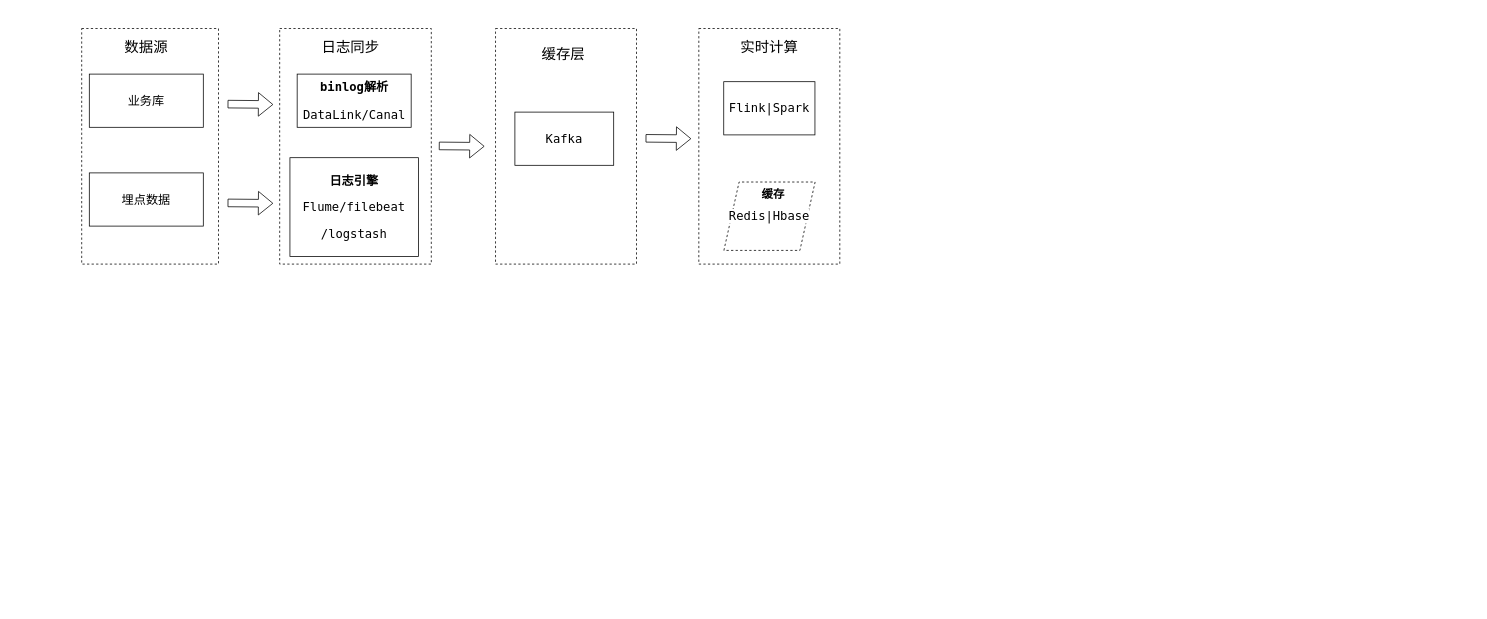
yanshenliang/yanshenliang.github.io keeps this draw.io diagram as Untitled Diagram.drawio. Above is the earlier version. Source tidied: cells renumbered, new cells numbered last; positions are measured from the earlier drawing's top-left corner, leaving out a move shared by most shapes. Both pictures are drawn from the tidied source at 76%, with x=0, y=0 at pixel (81, 28).
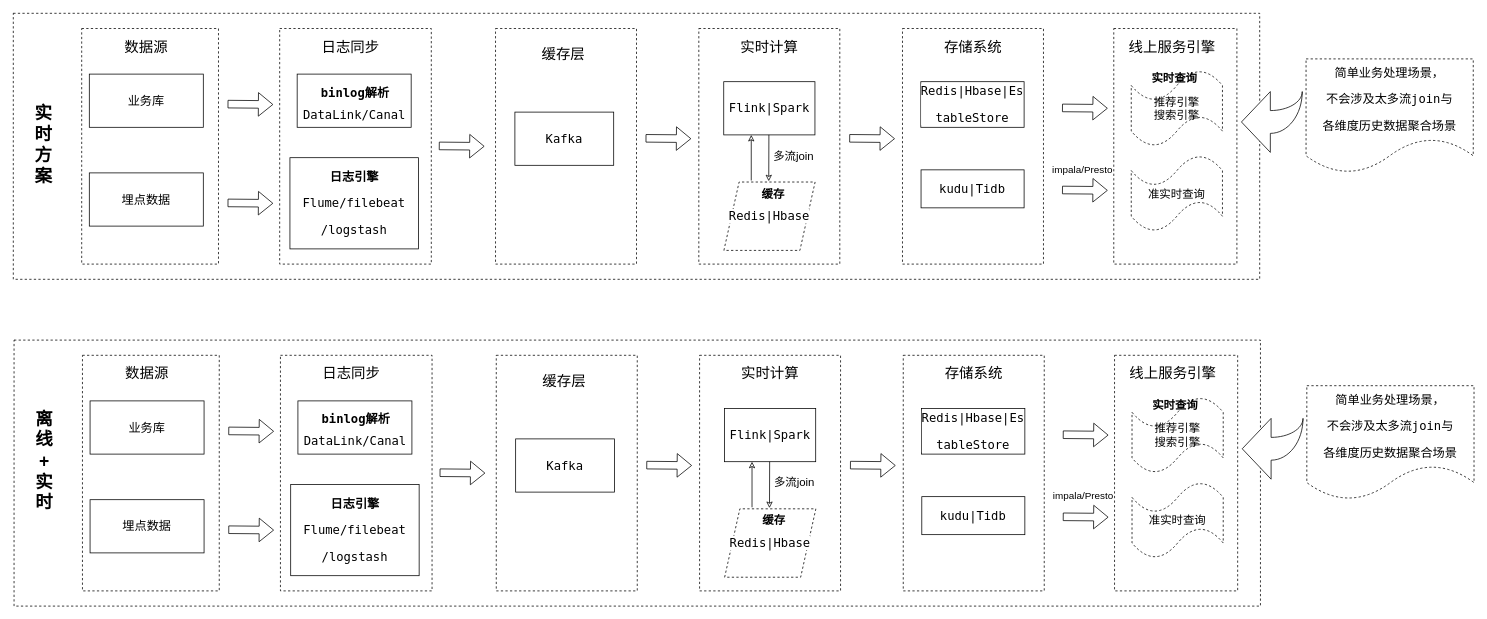
After the change.

Unchanged cells that the change refers to:
```xml
<mxCell id="21" value="&lt;font size=&quot;1&quot;&gt;&lt;b style=&quot;font-size: 15px&quot;&gt;缓存&lt;/b&gt;&lt;/font&gt;" style="text;html=1;strokeColor=none;fillColor=none;align=center;verticalAlign=middle;whiteSpace=wrap;rounded=0;dashed=1;fontSize=19;" parent="1" vertex="1">
  <mxGeometry x="880" y="202" width="60" height="30" as="geometry" />
</mxCell>
```

What changed in the source:
```diff
@@
+    <mxCell id="22" style="rounded=0;whiteSpace=wrap;html=1;shadow=0;dashed=1;sketch=0;fontSize=13;" parent="1" vertex="1">
+      <mxGeometry x="-90" y="-20" width="1640" height="350" as="geometry" />
+    </mxCell>
+    <mxCell id="23" style="rounded=0;whiteSpace=wrap;html=1;dashed=1;" parent="1" vertex="1">
+      <mxGeometry x="1358" width="162" height="310" as="geometry" />
+    </mxCell>
@@
-    <mxCell id="6" value="&lt;pre style=&quot;background-color: rgb(255 , 255 , 255) ; font-family: &amp;#34;menlo&amp;#34; ; font-size: 12pt&quot;&gt;&lt;b&gt;binlog解析&lt;/b&gt;&lt;/pre&gt;&lt;pre style=&quot;background-color: rgb(255 , 255 , 255) ; font-family: &amp;#34;menlo&amp;#34; ; font-size: 12pt&quot;&gt;DataLink/Canal&lt;/pre&gt;" style="rounded=0;whiteSpace=wrap;html=1;" parent="1" vertex="1">
+    <mxCell id="6" value="&lt;pre style=&quot;background-color: rgb(255 , 255 , 255) ; font-family: &amp;#34;menlo&amp;#34; ; font-size: 12pt&quot;&gt;&lt;br&gt;&lt;/pre&gt;&lt;pre style=&quot;background-color: rgb(255 , 255 , 255) ; font-family: &amp;#34;menlo&amp;#34; ; font-size: 12pt&quot;&gt;DataLink/Canal&lt;/pre&gt;" style="rounded=0;whiteSpace=wrap;html=1;" parent="1" vertex="1">
       <mxGeometry x="283.5" y="60" width="150" height="70" as="geometry" />
     </mxCell>
@@
-    <mxCell id="12" value="&lt;pre style=&quot;background-color: rgb(255 , 255 , 255) ; font-family: &amp;#34;menlo&amp;#34; ; font-size: 12pt&quot;&gt;&lt;b&gt;日志引擎&lt;/b&gt;&lt;/pre&gt;&lt;pre style=&quot;background-color: rgb(255 , 255 , 255) ; font-family: &amp;#34;menlo&amp;#34; ; font-size: 12pt&quot;&gt;Flume/filebeat&lt;/pre&gt;&lt;pre style=&quot;background-color: rgb(255 , 255 , 255) ; font-family: &amp;#34;menlo&amp;#34; ; font-size: 12pt&quot;&gt;/logstash&lt;/pre&gt;" style="rounded=0;whiteSpace=wrap;html=1;" parent="1" vertex="1">
-      <mxGeometry x="274" y="170" width="169" height="130" as="geometry" />
+    <mxCell id="12" value="&lt;pre style=&quot;background-color: rgb(255 , 255 , 255) ; font-family: &amp;#34;menlo&amp;#34; ; font-size: 12pt&quot;&gt;&lt;br&gt;&lt;/pre&gt;&lt;pre style=&quot;background-color: rgb(255 , 255 , 255) ; font-family: &amp;#34;menlo&amp;#34; ; font-size: 12pt&quot;&gt;Flume/filebeat&lt;/pre&gt;&lt;pre style=&quot;background-color: rgb(255 , 255 , 255) ; font-family: &amp;#34;menlo&amp;#34; ; font-size: 12pt&quot;&gt;/logstash&lt;/pre&gt;" style="rounded=0;whiteSpace=wrap;html=1;" parent="1" vertex="1">
+      <mxGeometry x="274" y="170" width="169" height="120" as="geometry" />
     </mxCell>
@@
+    <mxCell id="24" value="&lt;pre style=&quot;background-color: rgb(255 , 255 , 255) ; font-family: &amp;#34;menlo&amp;#34; ; font-size: 12pt&quot;&gt;&lt;b&gt;binlog解析&lt;/b&gt;&lt;/pre&gt;" style="text;html=1;strokeColor=none;fillColor=none;align=center;verticalAlign=middle;whiteSpace=wrap;rounded=0;dashed=1;fontSize=19;" parent="1" vertex="1">
+      <mxGeometry x="315.2" y="69" width="90" height="30" as="geometry" />
+    </mxCell>
+    <mxCell id="25" value="&lt;pre style=&quot;background-color: rgb(255 , 255 , 255) ; font-family: &amp;#34;menlo&amp;#34; ; font-size: 12pt&quot;&gt;&lt;pre style=&quot;font-family: &amp;#34;menlo&amp;#34; ; font-size: 12pt&quot;&gt;&lt;b&gt;日志引擎&lt;/b&gt;&lt;/pre&gt;&lt;/pre&gt;" style="text;html=1;strokeColor=none;fillColor=none;align=center;verticalAlign=middle;whiteSpace=wrap;rounded=0;dashed=1;fontSize=19;" parent="1" vertex="1">
+      <mxGeometry x="313.5" y="180" width="90" height="30" as="geometry" />
+    </mxCell>
+    <mxCell id="26" style="endArrow=classic;html=1;rounded=0;fontSize=15;endFill=0;" parent="1" edge="1">
+      <mxGeometry relative="1" as="geometry">
+        <mxPoint x="881" y="200" as="sourcePoint" />
+        <mxPoint x="881" y="140" as="targetPoint" />
+      </mxGeometry>
+    </mxCell>
+    <mxCell id="27" style="endArrow=classic;html=1;rounded=0;fontSize=15;endFill=0;entryX=0.4;entryY=-0.033;entryDx=0;entryDy=0;entryPerimeter=0;" parent="1" edge="1" target="21">
+      <mxGeometry relative="1" as="geometry">
+        <mxPoint x="904.2" y="140" as="sourcePoint" />
+      </mxGeometry>
+    </mxCell>
+    <mxCell id="28" value="&lt;font size=&quot;1&quot;&gt;&lt;span style=&quot;font-size: 15px&quot;&gt;多流join&lt;/span&gt;&lt;/font&gt;" style="text;html=1;strokeColor=none;fillColor=none;align=center;verticalAlign=middle;whiteSpace=wrap;rounded=0;dashed=1;fontSize=19;" parent="1" vertex="1">
+      <mxGeometry x="907" y="152" width="60" height="30" as="geometry" />
+    </mxCell>
+    <mxCell id="29" style="rounded=0;whiteSpace=wrap;html=1;dashed=1;" parent="1" vertex="1">
+      <mxGeometry x="1080" width="185.5" height="310" as="geometry" />
+    </mxCell>
+    <mxCell id="30" value="&lt;pre style=&quot;background-color: rgb(255 , 255 , 255) ; font-family: &amp;#34;menlo&amp;#34; ; font-size: 12pt&quot;&gt;&lt;pre style=&quot;font-family: &amp;#34;menlo&amp;#34; ; font-size: 12pt&quot;&gt;Redis|Hbase|Es&lt;/pre&gt;&lt;pre style=&quot;font-family: &amp;#34;menlo&amp;#34; ; font-size: 12pt&quot;&gt;tableStore&lt;/pre&gt;&lt;/pre&gt;" style="rounded=0;whiteSpace=wrap;html=1;" parent="1" vertex="1">
+      <mxGeometry x="1104.1" y="70" width="135.9" height="60" as="geometry" />
+    </mxCell>
+    <mxCell id="31" style="shape=flexArrow;endArrow=classic;html=1;rounded=0;" parent="1" edge="1">
+      <mxGeometry relative="1" as="geometry">
+        <mxPoint x="1010" y="144.5" as="sourcePoint" />
+        <mxPoint x="1070" y="145" as="targetPoint" />
+      </mxGeometry>
+    </mxCell>
+    <mxCell id="32" value="&lt;span style=&quot;font-size: 19px&quot;&gt;存储系统&lt;/span&gt;" style="text;html=1;strokeColor=none;fillColor=none;align=center;verticalAlign=middle;whiteSpace=wrap;rounded=0;dashed=1;" parent="1" vertex="1">
+      <mxGeometry x="1093" y="10" width="160" height="30" as="geometry" />
+    </mxCell>
+    <mxCell id="33" value="&lt;pre style=&quot;background-color: rgb(255 , 255 , 255) ; font-family: &amp;#34;menlo&amp;#34; ; font-size: 12pt&quot;&gt;&lt;pre style=&quot;font-family: &amp;#34;menlo&amp;#34; ; font-size: 12pt&quot;&gt;kudu|Tidb&lt;/pre&gt;&lt;/pre&gt;" style="rounded=0;whiteSpace=wrap;html=1;" parent="1" vertex="1">
+      <mxGeometry x="1104.4" y="186" width="135.6" height="50" as="geometry" />
+    </mxCell>
+    <mxCell id="34" style="shape=flexArrow;endArrow=classic;html=1;rounded=0;" parent="1" edge="1">
+      <mxGeometry relative="1" as="geometry">
+        <mxPoint x="1290" y="104.5" as="sourcePoint" />
+        <mxPoint x="1350" y="105" as="targetPoint" />
+      </mxGeometry>
+    </mxCell>
+    <mxCell id="35" value="推荐引擎&lt;br&gt;搜索引擎" style="shape=tape;whiteSpace=wrap;html=1;rounded=1;dashed=1;fontSize=15;" parent="1" vertex="1">
+      <mxGeometry x="1381" y="55" width="120" height="100" as="geometry" />
+    </mxCell>
+    <mxCell id="36" style="shape=flexArrow;endArrow=classic;html=1;rounded=0;" parent="1" edge="1">
+      <mxGeometry relative="1" as="geometry">
+        <mxPoint x="1290" y="212.5" as="sourcePoint" />
+        <mxPoint x="1350" y="213" as="targetPoint" />
+      </mxGeometry>
+    </mxCell>
+    <mxCell id="37" value="准实时查询" style="shape=tape;whiteSpace=wrap;html=1;rounded=1;dashed=1;fontSize=15;" parent="1" vertex="1">
+      <mxGeometry x="1381" y="167" width="120" height="100" as="geometry" />
+    </mxCell>
+    <mxCell id="38" value="&lt;font size=&quot;1&quot;&gt;&lt;b style=&quot;font-size: 15px&quot;&gt;实时查询&lt;/b&gt;&lt;/font&gt;" style="text;html=1;strokeColor=none;fillColor=none;align=center;verticalAlign=middle;whiteSpace=wrap;rounded=0;dashed=1;fontSize=19;" parent="1" vertex="1">
+      <mxGeometry x="1403" y="50" width="70" height="30" as="geometry" />
+    </mxCell>
+    <mxCell id="39" value="&lt;font size=&quot;1&quot;&gt;&lt;span style=&quot;font-size: 13px&quot;&gt;impala/Presto&lt;/span&gt;&lt;/font&gt;" style="text;html=1;strokeColor=none;fillColor=none;align=center;verticalAlign=middle;whiteSpace=wrap;rounded=0;dashed=1;fontSize=19;" parent="1" vertex="1">
+      <mxGeometry x="1282" y="169" width="70" height="30" as="geometry" />
+    </mxCell>
+    <mxCell id="40" value="&lt;span style=&quot;font-size: 19px&quot;&gt;线上服务引擎&lt;/span&gt;" style="text;html=1;strokeColor=none;fillColor=none;align=center;verticalAlign=middle;whiteSpace=wrap;rounded=0;dashed=1;" parent="1" vertex="1">
+      <mxGeometry x="1355" y="10" width="160" height="30" as="geometry" />
+    </mxCell>
+    <mxCell id="41" value="&lt;pre style=&quot;background-color: rgb(255 , 255 , 255) ; font-family: &amp;#34;menlo&amp;#34; ; font-size: 12pt&quot;&gt;简单业务处理场景，&lt;/pre&gt;&lt;pre style=&quot;background-color: rgb(255 , 255 , 255) ; font-family: &amp;#34;menlo&amp;#34; ; font-size: 12pt&quot;&gt;不会涉及太多流join与&lt;/pre&gt;&lt;pre style=&quot;background-color: rgb(255 , 255 , 255) ; font-family: &amp;#34;menlo&amp;#34; ; font-size: 12pt&quot;&gt;各维度历史数据聚合场景&lt;/pre&gt;" style="shape=document;whiteSpace=wrap;html=1;boundedLbl=1;rounded=1;dashed=1;fontSize=13;" parent="1" vertex="1">
+      <mxGeometry x="1611" y="40" width="220" height="150" as="geometry" />
+    </mxCell>
+    <mxCell id="42" style="html=1;shadow=0;dashed=0;align=center;verticalAlign=middle;shape=mxgraph.arrows2.jumpInArrow;dy=15;dx=38;arrowHead=80;rounded=1;fontSize=13;rotation=-180;sketch=0;" parent="1" vertex="1">
+      <mxGeometry x="1526" y="83" width="80" height="80" as="geometry" />
+    </mxCell>
+    <mxCell id="43" value="&lt;font style=&quot;font-size: 23px&quot;&gt;&lt;b&gt;实&lt;br&gt;时&lt;br&gt;方&lt;br&gt;案&lt;/b&gt;&lt;/font&gt;" style="text;html=1;strokeColor=none;fillColor=none;align=center;verticalAlign=middle;whiteSpace=wrap;rounded=0;shadow=0;dashed=1;sketch=0;fontSize=13;" parent="1" vertex="1">
+      <mxGeometry x="-70" y="63" width="40" height="180" as="geometry" />
+    </mxCell>
+    <mxCell id="44" style="rounded=0;whiteSpace=wrap;html=1;shadow=0;dashed=1;sketch=0;fontSize=13;" parent="1" vertex="1">
+      <mxGeometry x="-89" y="410" width="1640" height="350" as="geometry" />
+    </mxCell>
+    <mxCell id="45" style="rounded=0;whiteSpace=wrap;html=1;dashed=1;" parent="1" vertex="1">
+      <mxGeometry x="1359" y="430" width="162" height="310" as="geometry" />
+    </mxCell>
+    <mxCell id="46" style="rounded=0;whiteSpace=wrap;html=1;dashed=1;" parent="1" vertex="1">
+      <mxGeometry x="813" y="430" width="185.5" height="310" as="geometry" />
+    </mxCell>
+    <mxCell id="47" style="rounded=0;whiteSpace=wrap;html=1;dashed=1;" parent="1" vertex="1">
+      <mxGeometry x="545.5" y="430" width="185.5" height="310" as="geometry" />
+    </mxCell>
+    <mxCell id="48" style="rounded=0;whiteSpace=wrap;html=1;dashed=1;" parent="1" vertex="1">
+      <mxGeometry x="261.5" y="430" width="199.5" height="310" as="geometry" />
+    </mxCell>
+    <mxCell id="49" style="rounded=0;whiteSpace=wrap;html=1;dashed=1;" parent="1" vertex="1">
+      <mxGeometry x="1" y="430" width="180" height="310" as="geometry" />
+    </mxCell>
+    <mxCell id="50" value="&lt;pre style=&quot;background-color: rgb(255 , 255 , 255) ; font-family: &amp;#34;menlo&amp;#34; ; font-size: 12pt&quot;&gt;&lt;br&gt;&lt;/pre&gt;&lt;pre style=&quot;background-color: rgb(255 , 255 , 255) ; font-family: &amp;#34;menlo&amp;#34; ; font-size: 12pt&quot;&gt;DataLink/Canal&lt;/pre&gt;" style="rounded=0;whiteSpace=wrap;html=1;" parent="1" vertex="1">
+      <mxGeometry x="284.5" y="490" width="150" height="70" as="geometry" />
+    </mxCell>
+    <mxCell id="51" value="&lt;pre style=&quot;background-color: rgb(255 , 255 , 255) ; font-family: &amp;#34;menlo&amp;#34; ; font-size: 12pt&quot;&gt;Kafka&lt;/pre&gt;" style="rounded=0;whiteSpace=wrap;html=1;" parent="1" vertex="1">
+      <mxGeometry x="571" y="540" width="130" height="70" as="geometry" />
+    </mxCell>
+    <mxCell id="52" value="&lt;pre style=&quot;background-color: rgb(255 , 255 , 255) ; font-family: &amp;#34;menlo&amp;#34; ; font-size: 12pt&quot;&gt;Flink|Spark&lt;/pre&gt;" style="rounded=0;whiteSpace=wrap;html=1;" parent="1" vertex="1">
+      <mxGeometry x="845.8" y="500" width="120" height="70" as="geometry" />
+    </mxCell>
+    <mxCell id="53" style="shape=flexArrow;endArrow=classic;html=1;rounded=0;" parent="1" edge="1">
+      <mxGeometry relative="1" as="geometry">
+        <mxPoint x="193" y="529.5" as="sourcePoint" />
+        <mxPoint x="253" y="530" as="targetPoint" />
+      </mxGeometry>
+    </mxCell>
+    <mxCell id="54" value="&lt;pre style=&quot;background-color: rgb(255 , 255 , 255) ; font-family: &amp;#34;menlo&amp;#34; ; font-size: 12pt&quot;&gt;业务库&lt;/pre&gt;" style="rounded=0;whiteSpace=wrap;html=1;" parent="1" vertex="1">
+      <mxGeometry x="11" y="490" width="150" height="70" as="geometry" />
+    </mxCell>
+    <mxCell id="55" value="&lt;pre style=&quot;background-color: rgb(255 , 255 , 255) ; font-family: &amp;#34;menlo&amp;#34; ; font-size: 12pt&quot;&gt;埋点数据&lt;/pre&gt;" style="rounded=0;whiteSpace=wrap;html=1;" parent="1" vertex="1">
+      <mxGeometry x="11" y="620" width="150" height="70" as="geometry" />
+    </mxCell>
+    <mxCell id="56" value="&lt;pre style=&quot;background-color: rgb(255 , 255 , 255) ; font-family: &amp;#34;menlo&amp;#34; ; font-size: 12pt&quot;&gt;&lt;br&gt;&lt;/pre&gt;&lt;pre style=&quot;background-color: rgb(255 , 255 , 255) ; font-family: &amp;#34;menlo&amp;#34; ; font-size: 12pt&quot;&gt;Flume/filebeat&lt;/pre&gt;&lt;pre style=&quot;background-color: rgb(255 , 255 , 255) ; font-family: &amp;#34;menlo&amp;#34; ; font-size: 12pt&quot;&gt;/logstash&lt;/pre&gt;" style="rounded=0;whiteSpace=wrap;html=1;" parent="1" vertex="1">
+      <mxGeometry x="275" y="600" width="169" height="120" as="geometry" />
+    </mxCell>
+    <mxCell id="57" style="shape=flexArrow;endArrow=classic;html=1;rounded=0;" parent="1" edge="1">
+      <mxGeometry relative="1" as="geometry">
+        <mxPoint x="193" y="659.5" as="sourcePoint" />
+        <mxPoint x="253" y="660" as="targetPoint" />
+      </mxGeometry>
+    </mxCell>
+    <mxCell id="58" value="&lt;font style=&quot;font-size: 19px&quot;&gt;数据源&lt;/font&gt;" style="text;html=1;strokeColor=none;fillColor=none;align=center;verticalAlign=middle;whiteSpace=wrap;rounded=0;dashed=1;" parent="1" vertex="1">
+      <mxGeometry x="6" y="440" width="160" height="30" as="geometry" />
+    </mxCell>
+    <mxCell id="59" value="&lt;span style=&quot;font-size: 19px&quot;&gt;日志同步&lt;/span&gt;" style="text;html=1;strokeColor=none;fillColor=none;align=center;verticalAlign=middle;whiteSpace=wrap;rounded=0;dashed=1;" parent="1" vertex="1">
+      <mxGeometry x="274.5" y="440" width="160" height="30" as="geometry" />
+    </mxCell>
+    <mxCell id="60" style="shape=flexArrow;endArrow=classic;html=1;rounded=0;" parent="1" edge="1">
+      <mxGeometry relative="1" as="geometry">
+        <mxPoint x="471" y="584.5" as="sourcePoint" />
+        <mxPoint x="531" y="585" as="targetPoint" />
+      </mxGeometry>
+    </mxCell>
+    <mxCell id="61" value="&lt;span style=&quot;font-size: 19px&quot;&gt;缓存层&lt;/span&gt;" style="text;html=1;strokeColor=none;fillColor=none;align=center;verticalAlign=middle;whiteSpace=wrap;rounded=0;dashed=1;" parent="1" vertex="1">
+      <mxGeometry x="555" y="450" width="160" height="30" as="geometry" />
+    </mxCell>
+    <mxCell id="62" style="shape=flexArrow;endArrow=classic;html=1;rounded=0;" parent="1" edge="1">
+      <mxGeometry relative="1" as="geometry">
+        <mxPoint x="743" y="574.5" as="sourcePoint" />
+        <mxPoint x="803" y="575" as="targetPoint" />
+      </mxGeometry>
+    </mxCell>
+    <mxCell id="63" value="&lt;pre style=&quot;background-color: rgb(255 , 255 , 255) ; font-family: &amp;#34;menlo&amp;#34; ; font-size: 12pt&quot;&gt;Redis|Hbase&lt;/pre&gt;" style="shape=parallelogram;perimeter=parallelogramPerimeter;whiteSpace=wrap;html=1;fixedSize=1;dashed=1;fontSize=19;" parent="1" vertex="1">
+      <mxGeometry x="846" y="632" width="120" height="90" as="geometry" />
+    </mxCell>
+    <mxCell id="64" value="&lt;span style=&quot;font-size: 19px&quot;&gt;实时计算&lt;/span&gt;" style="text;html=1;strokeColor=none;fillColor=none;align=center;verticalAlign=middle;whiteSpace=wrap;rounded=0;dashed=1;" parent="1" vertex="1">
+      <mxGeometry x="826" y="440" width="160" height="30" as="geometry" />
+    </mxCell>
+    <mxCell id="65" value="&lt;font size=&quot;1&quot;&gt;&lt;b style=&quot;font-size: 15px&quot;&gt;缓存&lt;/b&gt;&lt;/font&gt;" style="text;html=1;strokeColor=none;fillColor=none;align=center;verticalAlign=middle;whiteSpace=wrap;rounded=0;dashed=1;fontSize=19;" parent="1" vertex="1">
+      <mxGeometry x="881" y="632" width="60" height="30" as="geometry" />
+    </mxCell>
+    <mxCell id="66" value="&lt;pre style=&quot;background-color: rgb(255 , 255 , 255) ; font-family: &amp;#34;menlo&amp;#34; ; font-size: 12pt&quot;&gt;&lt;b&gt;binlog解析&lt;/b&gt;&lt;/pre&gt;" style="text;html=1;strokeColor=none;fillColor=none;align=center;verticalAlign=middle;whiteSpace=wrap;rounded=0;dashed=1;fontSize=19;" parent="1" vertex="1">
+      <mxGeometry x="316.2" y="499" width="90" height="30" as="geometry" />
+    </mxCell>
+    <mxCell id="67" value="&lt;pre style=&quot;background-color: rgb(255 , 255 , 255) ; font-family: &amp;#34;menlo&amp;#34; ; font-size: 12pt&quot;&gt;&lt;pre style=&quot;font-family: &amp;#34;menlo&amp;#34; ; font-size: 12pt&quot;&gt;&lt;b&gt;日志引擎&lt;/b&gt;&lt;/pre&gt;&lt;/pre&gt;" style="text;html=1;strokeColor=none;fillColor=none;align=center;verticalAlign=middle;whiteSpace=wrap;rounded=0;dashed=1;fontSize=19;" parent="1" vertex="1">
+      <mxGeometry x="314.5" y="610" width="90" height="30" as="geometry" />
+    </mxCell>
+    <mxCell id="68" style="endArrow=classic;html=1;rounded=0;fontSize=15;endFill=0;" parent="1" edge="1">
+      <mxGeometry relative="1" as="geometry">
+        <mxPoint x="882" y="630" as="sourcePoint" />
+        <mxPoint x="882" y="570" as="targetPoint" />
+      </mxGeometry>
+    </mxCell>
+    <mxCell id="69" style="endArrow=classic;html=1;rounded=0;fontSize=15;endFill=0;entryX=0.4;entryY=-0.033;entryDx=0;entryDy=0;entryPerimeter=0;" parent="1" edge="1" target="65">
+      <mxGeometry relative="1" as="geometry">
+        <mxPoint x="905.2" y="570" as="sourcePoint" />
+      </mxGeometry>
+    </mxCell>
+    <mxCell id="70" value="&lt;font size=&quot;1&quot;&gt;&lt;span style=&quot;font-size: 15px&quot;&gt;多流join&lt;/span&gt;&lt;/font&gt;" style="text;html=1;strokeColor=none;fillColor=none;align=center;verticalAlign=middle;whiteSpace=wrap;rounded=0;dashed=1;fontSize=19;" parent="1" vertex="1">
+      <mxGeometry x="908" y="582" width="60" height="30" as="geometry" />
+    </mxCell>
+    <mxCell id="71" style="rounded=0;whiteSpace=wrap;html=1;dashed=1;" parent="1" vertex="1">
+      <mxGeometry x="1081" y="430" width="185.5" height="310" as="geometry" />
+    </mxCell>
+    <mxCell id="72" value="&lt;pre style=&quot;background-color: rgb(255 , 255 , 255) ; font-family: &amp;#34;menlo&amp;#34; ; font-size: 12pt&quot;&gt;&lt;pre style=&quot;font-family: &amp;#34;menlo&amp;#34; ; font-size: 12pt&quot;&gt;Redis|Hbase|Es&lt;/pre&gt;&lt;pre style=&quot;font-family: &amp;#34;menlo&amp;#34; ; font-size: 12pt&quot;&gt;tableStore&lt;/pre&gt;&lt;/pre&gt;" style="rounded=0;whiteSpace=wrap;html=1;" parent="1" vertex="1">
+      <mxGeometry x="1105.1" y="500" width="135.9" height="60" as="geometry" />
+    </mxCell>
+    <mxCell id="73" style="shape=flexArrow;endArrow=classic;html=1;rounded=0;" parent="1" edge="1">
+      <mxGeometry relative="1" as="geometry">
+        <mxPoint x="1011" y="574.5" as="sourcePoint" />
+        <mxPoint x="1071" y="575" as="targetPoint" />
+      </mxGeometry>
+    </mxCell>
+    <mxCell id="74" value="&lt;span style=&quot;font-size: 19px&quot;&gt;存储系统&lt;/span&gt;" style="text;html=1;strokeColor=none;fillColor=none;align=center;verticalAlign=middle;whiteSpace=wrap;rounded=0;dashed=1;" parent="1" vertex="1">
+      <mxGeometry x="1094" y="440" width="160" height="30" as="geometry" />
+    </mxCell>
+    <mxCell id="75" value="&lt;pre style=&quot;background-color: rgb(255 , 255 , 255) ; font-family: &amp;#34;menlo&amp;#34; ; font-size: 12pt&quot;&gt;&lt;pre style=&quot;font-family: &amp;#34;menlo&amp;#34; ; font-size: 12pt&quot;&gt;kudu|Tidb&lt;/pre&gt;&lt;/pre&gt;" style="rounded=0;whiteSpace=wrap;html=1;" parent="1" vertex="1">
+      <mxGeometry x="1105.4" y="616" width="135.6" height="50" as="geometry" />
+    </mxCell>
+    <mxCell id="76" style="shape=flexArrow;endArrow=classic;html=1;rounded=0;" parent="1" edge="1">
+      <mxGeometry relative="1" as="geometry">
+        <mxPoint x="1291" y="534.5" as="sourcePoint" />
+        <mxPoint x="1351" y="535" as="targetPoint" />
+      </mxGeometry>
+    </mxCell>
+    <mxCell id="77" value="推荐引擎&lt;br&gt;搜索引擎" style="shape=tape;whiteSpace=wrap;html=1;rounded=1;dashed=1;fontSize=15;" parent="1" vertex="1">
+      <mxGeometry x="1382" y="485" width="120" height="100" as="geometry" />
+    </mxCell>
+    <mxCell id="78" style="shape=flexArrow;endArrow=classic;html=1;rounded=0;" parent="1" edge="1">
+      <mxGeometry relative="1" as="geometry">
+        <mxPoint x="1291" y="642.5" as="sourcePoint" />
+        <mxPoint x="1351" y="643" as="targetPoint" />
+      </mxGeometry>
+    </mxCell>
+    <mxCell id="79" value="准实时查询" style="shape=tape;whiteSpace=wrap;html=1;rounded=1;dashed=1;fontSize=15;" parent="1" vertex="1">
+      <mxGeometry x="1382" y="597" width="120" height="100" as="geometry" />
+    </mxCell>
+    <mxCell id="80" value="&lt;font size=&quot;1&quot;&gt;&lt;b style=&quot;font-size: 15px&quot;&gt;实时查询&lt;/b&gt;&lt;/font&gt;" style="text;html=1;strokeColor=none;fillColor=none;align=center;verticalAlign=middle;whiteSpace=wrap;rounded=0;dashed=1;fontSize=19;" parent="1" vertex="1">
+      <mxGeometry x="1404" y="480" width="70" height="30" as="geometry" />
+    </mxCell>
+    <mxCell id="81" value="&lt;font size=&quot;1&quot;&gt;&lt;span style=&quot;font-size: 13px&quot;&gt;impala/Presto&lt;/span&gt;&lt;/font&gt;" style="text;html=1;strokeColor=none;fillColor=none;align=center;verticalAlign=middle;whiteSpace=wrap;rounded=0;dashed=1;fontSize=19;" parent="1" vertex="1">
+      <mxGeometry x="1283" y="599" width="70" height="30" as="geometry" />
+    </mxCell>
+    <mxCell id="82" value="&lt;span style=&quot;font-size: 19px&quot;&gt;线上服务引擎&lt;/span&gt;" style="text;html=1;strokeColor=none;fillColor=none;align=center;verticalAlign=middle;whiteSpace=wrap;rounded=0;dashed=1;" parent="1" vertex="1">
+      <mxGeometry x="1356" y="440" width="160" height="30" as="geometry" />
+    </mxCell>
+    <mxCell id="83" value="&lt;pre style=&quot;background-color: rgb(255 , 255 , 255) ; font-family: &amp;#34;menlo&amp;#34; ; font-size: 12pt&quot;&gt;简单业务处理场景，&lt;/pre&gt;&lt;pre style=&quot;background-color: rgb(255 , 255 , 255) ; font-family: &amp;#34;menlo&amp;#34; ; font-size: 12pt&quot;&gt;不会涉及太多流join与&lt;/pre&gt;&lt;pre style=&quot;background-color: rgb(255 , 255 , 255) ; font-family: &amp;#34;menlo&amp;#34; ; font-size: 12pt&quot;&gt;各维度历史数据聚合场景&lt;/pre&gt;" style="shape=document;whiteSpace=wrap;html=1;boundedLbl=1;rounded=1;dashed=1;fontSize=13;" parent="1" vertex="1">
+      <mxGeometry x="1612" y="470" width="220" height="150" as="geometry" />
+    </mxCell>
+    <mxCell id="84" style="html=1;shadow=0;dashed=0;align=center;verticalAlign=middle;shape=mxgraph.arrows2.jumpInArrow;dy=15;dx=38;arrowHead=80;rounded=1;fontSize=13;rotation=-180;sketch=0;" parent="1" vertex="1">
+      <mxGeometry x="1527" y="513" width="80" height="80" as="geometry" />
+    </mxCell>
+    <mxCell id="85" value="&lt;font style=&quot;font-size: 23px&quot;&gt;&lt;b&gt;离线&lt;br&gt;+&lt;br&gt;实&lt;br&gt;时&lt;br&gt;&lt;br&gt;&lt;/b&gt;&lt;/font&gt;" style="text;html=1;strokeColor=none;fillColor=none;align=center;verticalAlign=middle;whiteSpace=wrap;rounded=0;shadow=0;dashed=1;sketch=0;fontSize=13;" parent="1" vertex="1">
+      <mxGeometry x="-69" y="493" width="40" height="180" as="geometry" />
+    </mxCell>
```
